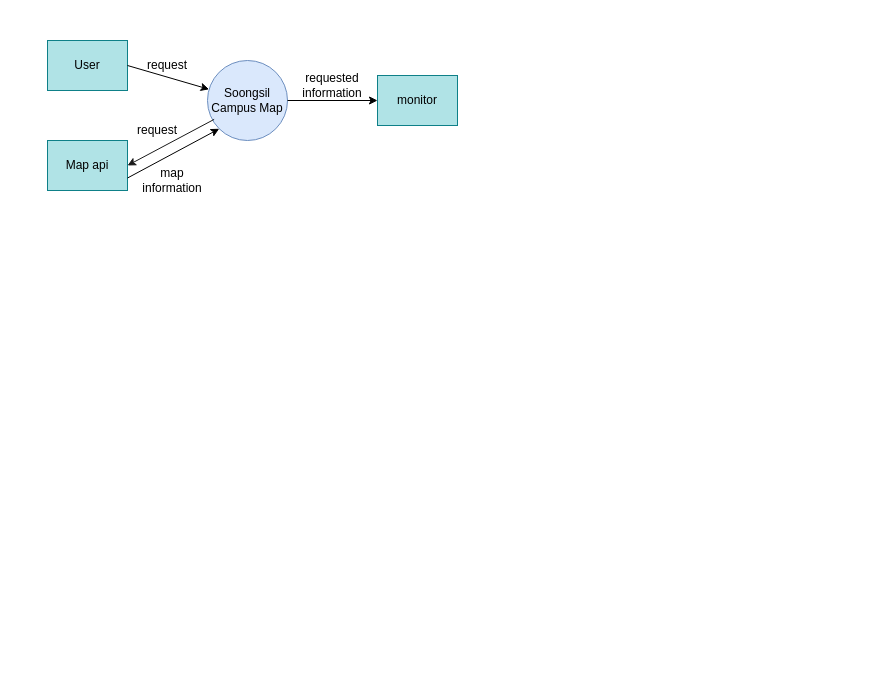
Before: Soongsil Campus Map DFD diagram.drawio in tlfzgjadyd/SoftwareEngineering, a draw.io diagram. Source tidied: cells renumbered, new cells numbered last; positions are measured from the earlier drawing's top-left corner, leaving out a move shared by most shapes. Both pictures are drawn from the tidied source at 100%, with x=0, y=0 at pixel (47, 40).
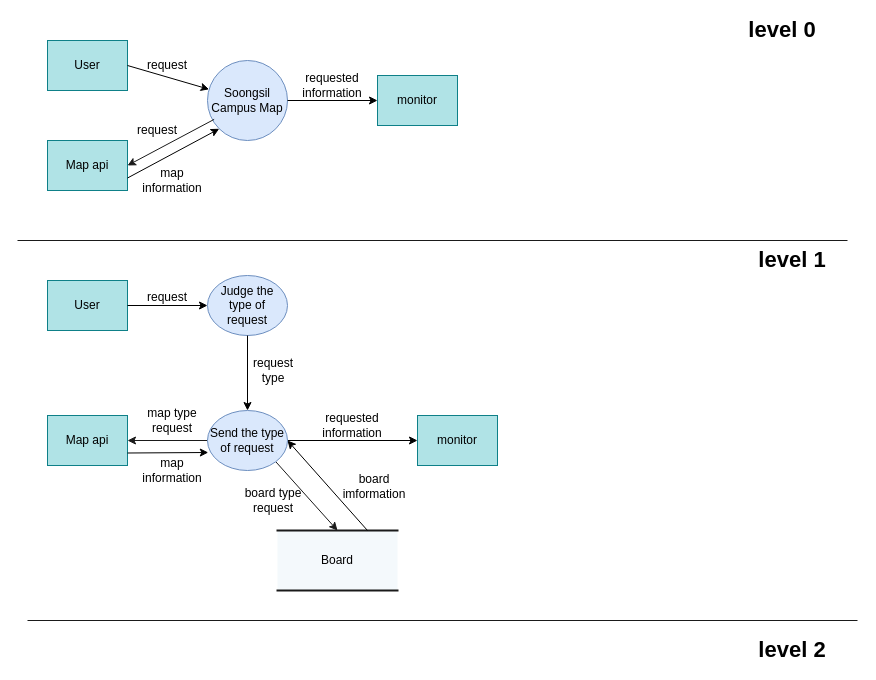
After the change.

Commit message:
1단계 레벨링

Change to the diagram source:
```diff
@@
+    <mxCell id="14" value="User" style="rounded=0;whiteSpace=wrap;html=1;fillColor=#b0e3e6;strokeColor=#0e8088;" parent="1" vertex="1">
+      <mxGeometry y="240" width="80" height="50" as="geometry" />
+    </mxCell>
+    <mxCell id="15" style="endArrow=classic;html=1;exitX=1;exitY=0.5;exitDx=0;exitDy=0;" parent="1" edge="1" source="14" target="28">
+      <mxGeometry relative="1" as="geometry" />
+    </mxCell>
+    <mxCell id="16" value="Map api" style="rounded=0;whiteSpace=wrap;html=1;fillColor=#b0e3e6;strokeColor=#0e8088;" parent="1" vertex="1">
+      <mxGeometry y="375" width="80" height="50" as="geometry" />
+    </mxCell>
+    <mxCell id="17" style="endArrow=classic;html=1;exitX=1;exitY=0.75;exitDx=0;exitDy=0;entryX=0.01;entryY=0.7;entryDx=0;entryDy=0;entryPerimeter=0;" parent="1" edge="1" source="16" target="35">
+      <mxGeometry relative="1" as="geometry" />
+    </mxCell>
+    <mxCell id="18" style="endArrow=classic;html=1;entryX=1;entryY=0.5;entryDx=0;entryDy=0;fillColor=#fff2cc;strokeColor=#1A1A1A;" parent="1" edge="1" source="35" target="16">
+      <mxGeometry relative="1" as="geometry" />
+    </mxCell>
+    <mxCell id="19" value="request" style="text;html=1;strokeColor=none;fillColor=none;align=center;verticalAlign=middle;whiteSpace=wrap;rounded=0;" parent="1" vertex="1">
+      <mxGeometry x="100" y="247" width="40" height="20" as="geometry" />
+    </mxCell>
+    <mxCell id="20" value="map type request" style="text;html=1;strokeColor=none;fillColor=none;align=center;verticalAlign=middle;whiteSpace=wrap;rounded=0;" parent="1" vertex="1">
+      <mxGeometry x="95" y="370" width="60" height="20" as="geometry" />
+    </mxCell>
+    <mxCell id="21" value="map information" style="text;html=1;strokeColor=none;fillColor=none;align=center;verticalAlign=middle;whiteSpace=wrap;rounded=0;" parent="1" vertex="1">
+      <mxGeometry x="100" y="420" width="50" height="20" as="geometry" />
+    </mxCell>
+    <mxCell id="22" style="endArrow=classic;html=1;exitX=1;exitY=0.5;exitDx=0;exitDy=0;" parent="1" edge="1" source="35" target="23">
+      <mxGeometry relative="1" as="geometry" />
+    </mxCell>
+    <mxCell id="23" value="monitor" style="rounded=0;whiteSpace=wrap;html=1;fillColor=#b0e3e6;strokeColor=#0e8088;" parent="1" vertex="1">
+      <mxGeometry x="370" y="375" width="80" height="50" as="geometry" />
+    </mxCell>
+    <mxCell id="24" value="requested information" style="text;html=1;strokeColor=none;fillColor=none;align=center;verticalAlign=middle;whiteSpace=wrap;rounded=0;" parent="1" vertex="1">
+      <mxGeometry x="280" y="375" width="50" height="20" as="geometry" />
+    </mxCell>
+    <mxCell id="25" style="endArrow=none;html=1;strokeColor=#1A1A1A;" parent="1" edge="1">
+      <mxGeometry relative="1" as="geometry">
+        <mxPoint x="-30" y="200" as="sourcePoint" />
+        <mxPoint x="800" y="200" as="targetPoint" />
+      </mxGeometry>
+    </mxCell>
+    <mxCell id="26" value="&lt;font style=&quot;font-size: 22px&quot;&gt;&lt;b&gt;level 0&lt;/b&gt;&lt;/font&gt;" style="text;html=1;strokeColor=none;fillColor=none;align=center;verticalAlign=middle;whiteSpace=wrap;rounded=0;" parent="1" vertex="1">
+      <mxGeometry x="690" y="-20" width="90" height="20" as="geometry" />
+    </mxCell>
+    <mxCell id="27" value="&lt;font style=&quot;font-size: 22px&quot;&gt;&lt;b&gt;level 1&lt;/b&gt;&lt;/font&gt;" style="text;html=1;strokeColor=none;fillColor=none;align=center;verticalAlign=middle;whiteSpace=wrap;rounded=0;" parent="1" vertex="1">
+      <mxGeometry x="700" y="210" width="90" height="20" as="geometry" />
+    </mxCell>
+    <mxCell id="28" value="Judge the type of request" style="ellipse;whiteSpace=wrap;html=1;fillColor=#dae8fc;strokeColor=#6c8ebf;" parent="1" vertex="1">
+      <mxGeometry x="160" y="235" width="80" height="60" as="geometry" />
+    </mxCell>
+    <mxCell id="29" value="Board" style="shape=partialRectangle;whiteSpace=wrap;html=1;left=0;right=0;fillColor=#F4F9FC;strokeWidth=2;strokeColor=#1A1A1A;" parent="1" vertex="1">
+      <mxGeometry x="230" y="490" width="120" height="60" as="geometry" />
+    </mxCell>
+    <mxCell id="30" style="endArrow=classic;html=1;exitX=1;exitY=1;exitDx=0;exitDy=0;fillColor=#fff2cc;strokeColor=#1A1A1A;entryX=0.5;entryY=0;entryDx=0;entryDy=0;" parent="1" edge="1" source="35" target="29">
+      <mxGeometry relative="1" as="geometry" />
+    </mxCell>
+    <mxCell id="31" value="board type request" style="text;html=1;strokeColor=none;fillColor=none;align=center;verticalAlign=middle;whiteSpace=wrap;rounded=0;" parent="1" vertex="1">
+      <mxGeometry x="196" y="450" width="60" height="20" as="geometry" />
+    </mxCell>
+    <mxCell id="32" style="endArrow=classic;html=1;exitX=0.75;exitY=0;exitDx=0;exitDy=0;entryX=1;entryY=0.5;entryDx=0;entryDy=0;" parent="1" edge="1" source="29" target="35">
+      <mxGeometry relative="1" as="geometry" />
+    </mxCell>
+    <mxCell id="33" value="board imformation" style="text;html=1;strokeColor=none;fillColor=none;align=center;verticalAlign=middle;whiteSpace=wrap;rounded=0;" parent="1" vertex="1">
+      <mxGeometry x="297" y="436" width="60" height="20" as="geometry" />
+    </mxCell>
+    <mxCell id="34" style="endArrow=classic;html=1;" parent="1" edge="1" source="28" target="35">
+      <mxGeometry relative="1" as="geometry" />
+    </mxCell>
+    <mxCell id="35" value="Send the type of request" style="ellipse;whiteSpace=wrap;html=1;fillColor=#dae8fc;strokeColor=#6c8ebf;" parent="1" vertex="1">
+      <mxGeometry x="160" y="370" width="80" height="60" as="geometry" />
+    </mxCell>
+    <mxCell id="36" value="request type" style="text;html=1;strokeColor=none;fillColor=none;align=center;verticalAlign=middle;whiteSpace=wrap;rounded=0;" parent="1" vertex="1">
+      <mxGeometry x="206" y="320" width="40" height="20" as="geometry" />
+    </mxCell>
+    <mxCell id="37" style="endArrow=none;html=1;strokeColor=#1A1A1A;" parent="1" edge="1">
+      <mxGeometry relative="1" as="geometry">
+        <mxPoint x="-20" y="580" as="sourcePoint" />
+        <mxPoint x="810" y="580" as="targetPoint" />
+      </mxGeometry>
+    </mxCell>
+    <mxCell id="38" value="&lt;font style=&quot;font-size: 22px&quot;&gt;&lt;b&gt;level 2&lt;/b&gt;&lt;/font&gt;" style="text;html=1;strokeColor=none;fillColor=none;align=center;verticalAlign=middle;whiteSpace=wrap;rounded=0;" parent="1" vertex="1">
+      <mxGeometry x="700" y="600" width="90" height="20" as="geometry" />
+    </mxCell>
```
